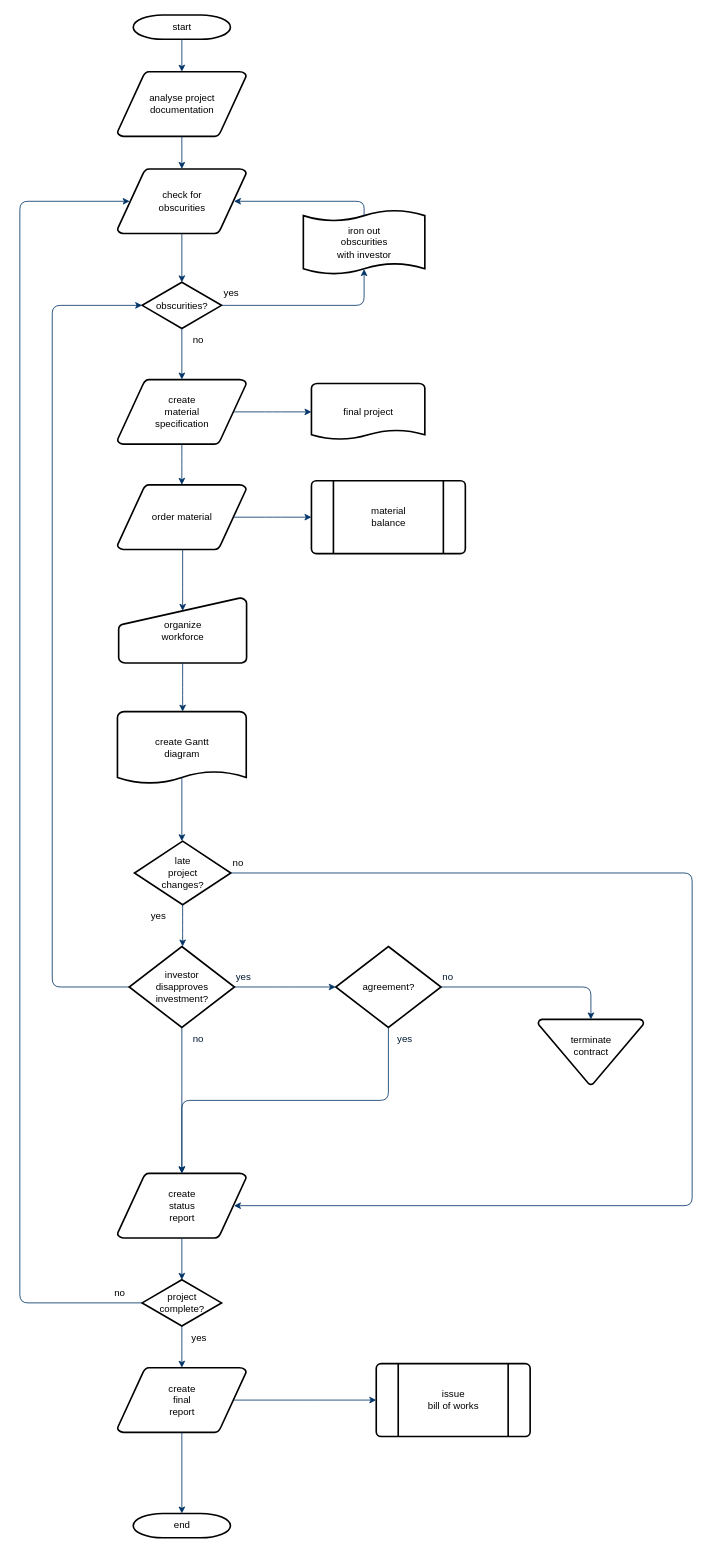
This is Untitled Diagram.drawio from SunshadeCorp/EasyBMS-master, a draw.io file, before an edit. Source tidied: cells renumbered, new cells numbered last; positions are measured from the earlier drawing's top-left corner, leaving out a move shared by most shapes. Both pictures are drawn from the tidied source at 81%, with x=0, y=0 at pixel (19, 15).
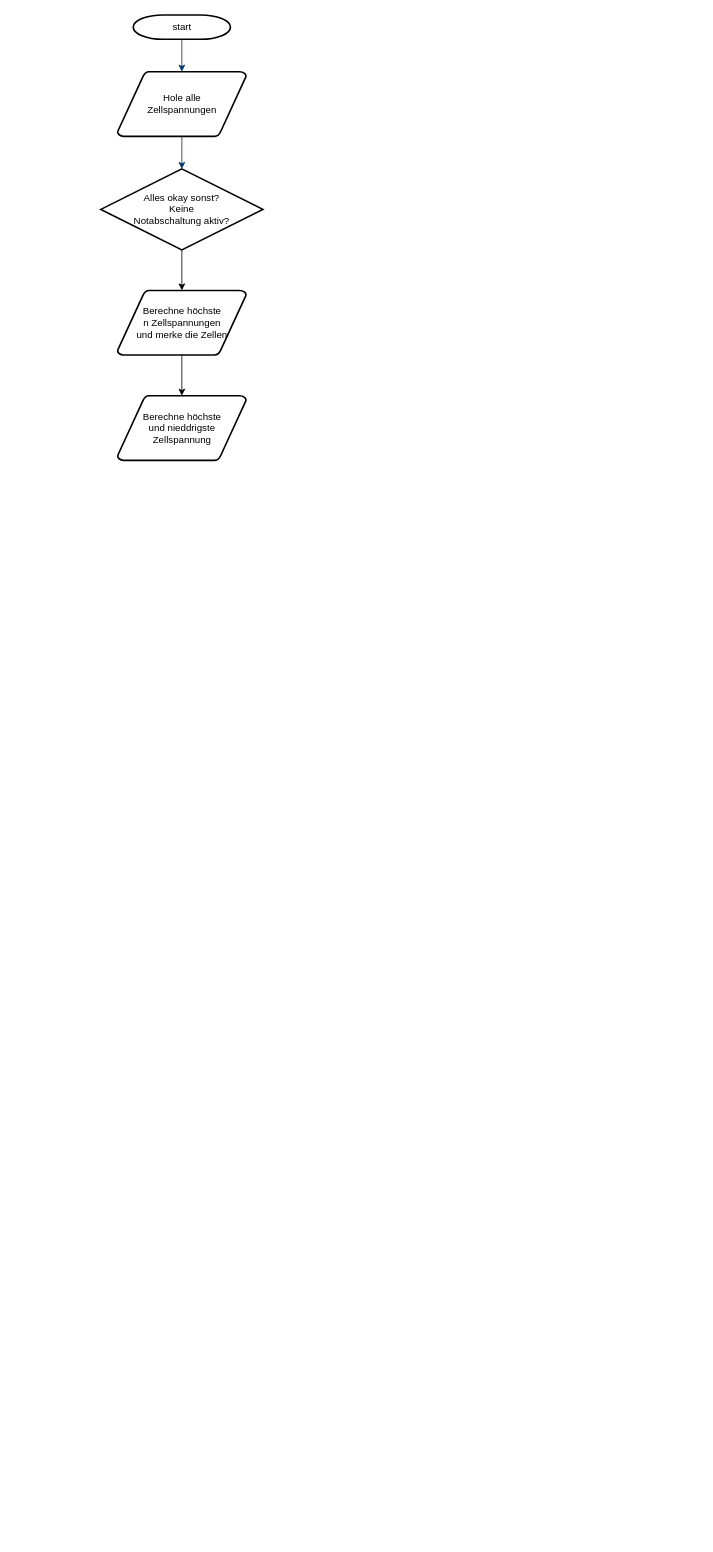
The same page after the edit.

Commit message:
added basic infos

Change to the diagram source:
```diff
@@
-    <mxCell id="3" value="analyse project&#10; documentation" style="shape=mxgraph.flowchart.data;strokeWidth=2;gradientColor=none;gradientDirection=north;fontStyle=0;html=1;" parent="1" vertex="1">
+    <mxCell id="3" value="&lt;div&gt;Hole alle &lt;br&gt;&lt;/div&gt;&lt;div&gt;Zellspannungen&lt;/div&gt;" style="shape=mxgraph.flowchart.data;strokeWidth=2;gradientColor=none;gradientDirection=north;fontStyle=0;html=1;" parent="1" vertex="1">
       <mxGeometry x="120.5" y="70" width="159" height="80" as="geometry" />
     </mxCell>
-    <mxCell id="4" value="create&#10;material&#10;specification" style="shape=mxgraph.flowchart.data;strokeWidth=2;gradientColor=none;gradientDirection=north;fontStyle=0;html=1;" parent="1" vertex="1">
-      <mxGeometry x="120.5" y="450" width="159" height="80" as="geometry" />
-    </mxCell>
-    <mxCell id="5" value="check for&#10;obscurities" style="shape=mxgraph.flowchart.data;strokeWidth=2;gradientColor=none;gradientDirection=north;fontStyle=0;html=1;" parent="1" vertex="1">
-      <mxGeometry x="120.5" y="190" width="159" height="80" as="geometry" />
-    </mxCell>
-    <mxCell id="6" value="obscurities?" style="shape=mxgraph.flowchart.decision;strokeWidth=2;gradientColor=none;gradientDirection=north;fontStyle=0;html=1;" parent="1" vertex="1">
-      <mxGeometry x="151" y="330" width="98" height="57" as="geometry" />
-    </mxCell>
@@
-    <mxCell id="8" style="fontStyle=1;strokeColor=#003366;strokeWidth=1;html=1;" parent="1" edge="1" source="3" target="5">
-      <mxGeometry relative="1" as="geometry" />
+    <mxCell id="8" style="fontStyle=1;strokeColor=#003366;strokeWidth=1;html=1;" parent="1" edge="1" source="3">
+      <mxGeometry relative="1" as="geometry">
+        <mxPoint x="200" y="190" as="targetPoint" />
+      </mxGeometry>
     </mxCell>
-    <mxCell id="9" style="entryX=0.5;entryY=0;entryPerimeter=0;fontStyle=1;strokeColor=#003366;strokeWidth=1;html=1;" parent="1" edge="1" source="5" target="6">
-      <mxGeometry relative="1" as="geometry" />
-    </mxCell>
-    <mxCell id="10" style="edgeStyle=elbowEdgeStyle;elbow=horizontal;entryX=0.5;entryY=0.91;entryPerimeter=0;exitX=1;exitY=0.5;exitPerimeter=0;fontStyle=1;strokeColor=#003366;strokeWidth=1;html=1;" parent="1" edge="1" source="6" target="51">
-      <mxGeometry x="381" y="28.5" as="geometry">
-        <Array as="points">
-          <mxPoint x="425" y="340" />
-        </Array>
-      </mxGeometry>
-    </mxCell>
-    <mxCell id="11" value="yes" style="text;fontStyle=0;html=1;strokeColor=none;gradientColor=none;fillColor=none;strokeWidth=2;" parent="1" vertex="1">
-      <mxGeometry x="250" y="330" width="40" height="26" as="geometry" />
-    </mxCell>
-    <mxCell id="12" style="edgeStyle=elbowEdgeStyle;elbow=horizontal;fontColor=#001933;fontStyle=1;strokeColor=#003366;strokeWidth=1;html=1;" parent="1" edge="1" source="6" target="4">
-      <mxGeometry as="geometry" />
-    </mxCell>
-    <mxCell id="13" value="order material" style="shape=mxgraph.flowchart.data;strokeWidth=2;gradientColor=none;gradientDirection=north;fontStyle=0;html=1;" parent="1" vertex="1">
-      <mxGeometry x="120.5" y="580" width="159" height="80" as="geometry" />
-    </mxCell>
-    <mxCell id="14" value="no" style="text;fontStyle=0;html=1;strokeColor=none;gradientColor=none;fillColor=none;strokeWidth=2;align=center;" parent="1" vertex="1">
-      <mxGeometry x="200" y="387" width="40" height="26" as="geometry" />
-    </mxCell>
-    <mxCell id="15" value="final project" style="shape=mxgraph.flowchart.document;strokeWidth=2;gradientColor=none;gradientDirection=north;fontStyle=0;html=1;" parent="1" vertex="1">
-      <mxGeometry x="360" y="455" width="140" height="70" as="geometry" />
-    </mxCell>
-    <mxCell id="16" style="edgeStyle=elbowEdgeStyle;elbow=horizontal;exitX=0.905;exitY=0.5;exitPerimeter=0;fontStyle=1;strokeColor=#003366;strokeWidth=1;html=1;" parent="1" edge="1" source="4" target="15">
-      <mxGeometry as="geometry" />
-    </mxCell>
-    <mxCell id="17" style="edgeStyle=elbowEdgeStyle;elbow=horizontal;fontStyle=1;strokeColor=#003366;strokeWidth=1;html=1;" parent="1" edge="1" source="4" target="13">
-      <mxGeometry as="geometry" />
-    </mxCell>
-    <mxCell id="18" value="material&#10;balance" style="shape=mxgraph.flowchart.predefined_process;strokeWidth=2;gradientColor=none;gradientDirection=north;fontStyle=0;html=1;" parent="1" vertex="1">
-      <mxGeometry x="360" y="575" width="190" height="90" as="geometry" />
-    </mxCell>
-    <mxCell id="19" style="edgeStyle=elbowEdgeStyle;elbow=horizontal;exitX=0.905;exitY=0.5;exitPerimeter=0;fontStyle=1;strokeColor=#003366;strokeWidth=1;html=1;" parent="1" edge="1" source="13" target="18">
-      <mxGeometry as="geometry" />
-    </mxCell>
-    <mxCell id="20" value="organize &#10;workforce" style="shape=mxgraph.flowchart.manual_input;strokeWidth=2;gradientColor=none;gradientDirection=north;fontStyle=0;html=1;" parent="1" vertex="1">
-      <mxGeometry x="122" y="720" width="158" height="80" as="geometry" />
-    </mxCell>
-    <mxCell id="21" style="edgeStyle=elbowEdgeStyle;elbow=horizontal;entryX=0.5;entryY=0.195;entryPerimeter=0;fontStyle=1;strokeColor=#003366;strokeWidth=1;html=1;" parent="1" edge="1" source="13" target="20">
-      <mxGeometry as="geometry" />
-    </mxCell>
-    <mxCell id="22" value="create Gantt&#10;diagram" style="shape=mxgraph.flowchart.document;strokeWidth=2;gradientColor=none;gradientDirection=north;fontStyle=0;html=1;" parent="1" vertex="1">
-      <mxGeometry x="120.5" y="860" width="159" height="90" as="geometry" />
-    </mxCell>
-    <mxCell id="23" style="edgeStyle=elbowEdgeStyle;elbow=horizontal;exitX=0.5;exitY=1;exitPerimeter=0;fontStyle=1;strokeColor=#003366;strokeWidth=1;html=1;" parent="1" edge="1" source="20" target="22">
-      <mxGeometry as="geometry" />
-    </mxCell>
-    <mxCell id="24" value="late&#10;project&#10;changes?" style="shape=mxgraph.flowchart.decision;strokeWidth=2;gradientColor=none;gradientDirection=north;fontStyle=0;html=1;" parent="1" vertex="1">
-      <mxGeometry x="141.5" y="1020" width="119" height="78.5" as="geometry" />
-    </mxCell>
-    <mxCell id="25" style="edgeStyle=elbowEdgeStyle;elbow=horizontal;exitX=0.5;exitY=0.9;exitPerimeter=0;fontStyle=1;strokeColor=#003366;strokeWidth=1;html=1;" parent="1" edge="1" source="22" target="24">
-      <mxGeometry as="geometry" />
-    </mxCell>
-    <mxCell id="26" style="edgeStyle=elbowEdgeStyle;elbow=horizontal;exitX=0;exitY=0.5;exitPerimeter=0;entryX=0;entryY=0.5;entryPerimeter=0;fontStyle=1;strokeColor=#003366;strokeWidth=1;html=1;" parent="1" edge="1" source="28" target="6">
-      <mxGeometry as="geometry">
-        <Array as="points">
-          <mxPoint x="40" y="790" />
-        </Array>
-      </mxGeometry>
-    </mxCell>
-    <mxCell id="27" value="yes" style="text;fontStyle=0;html=1;strokeColor=none;gradientColor=none;fillColor=none;strokeWidth=2;" parent="1" vertex="1">
-      <mxGeometry x="160" y="1098.5" width="40" height="26" as="geometry" />
-    </mxCell>
-    <mxCell id="28" value="investor&#10;disapproves&#10; investment?" style="shape=mxgraph.flowchart.decision;strokeWidth=2;gradientColor=none;gradientDirection=north;fontStyle=0;html=1;" parent="1" vertex="1">
-      <mxGeometry x="135" y="1150" width="130" height="100" as="geometry" />
-    </mxCell>
-    <mxCell id="29" value="agreement?" style="shape=mxgraph.flowchart.decision;strokeWidth=2;gradientColor=none;gradientDirection=north;fontStyle=0;html=1;" parent="1" vertex="1">
-      <mxGeometry x="390" y="1150" width="130" height="100" as="geometry" />
-    </mxCell>
-    <mxCell id="30" style="edgeStyle=elbowEdgeStyle;elbow=horizontal;exitX=0.5;exitY=1;exitPerimeter=0;fontStyle=1;strokeColor=#003366;strokeWidth=1;html=1;" parent="1" edge="1" source="24" target="28">
-      <mxGeometry as="geometry" />
-    </mxCell>
-    <mxCell id="31" style="edgeStyle=elbowEdgeStyle;elbow=horizontal;exitX=1;exitY=0.5;exitPerimeter=0;entryX=0;entryY=0.5;entryPerimeter=0;fontStyle=1;strokeColor=#003366;strokeWidth=1;html=1;" parent="1" edge="1" source="28" target="29">
-      <mxGeometry as="geometry" />
-    </mxCell>
-    <mxCell id="32" value="terminate&#10;contract&#10;" style="shape=mxgraph.flowchart.merge_or_storage;strokeWidth=2;gradientColor=none;gradientDirection=north;fontStyle=0;html=1;" parent="1" vertex="1">
-      <mxGeometry x="640" y="1240" width="130" height="80.5" as="geometry" />
-    </mxCell>
-    <mxCell id="33" style="edgeStyle=elbowEdgeStyle;elbow=vertical;exitX=1;exitY=0.5;exitPerimeter=0;entryX=0.5;entryY=0;entryPerimeter=0;fontStyle=1;strokeColor=#003366;strokeWidth=1;html=1;" parent="1" edge="1" source="29" target="32">
-      <mxGeometry as="geometry">
-        <Array as="points">
-          <mxPoint x="620" y="1200" />
-        </Array>
-      </mxGeometry>
-    </mxCell>
-    <mxCell id="34" value="create&#10;status&#10;report" style="shape=mxgraph.flowchart.data;strokeWidth=2;gradientColor=none;gradientDirection=north;fontStyle=0;html=1;" parent="1" vertex="1">
-      <mxGeometry x="120.5" y="1430" width="159" height="80" as="geometry" />
-    </mxCell>
-    <mxCell id="35" style="edgeStyle=elbowEdgeStyle;elbow=vertical;exitX=0.5;exitY=1;exitPerimeter=0;fontColor=#001933;fontStyle=1;strokeColor=#003366;strokeWidth=1;html=1;" parent="1" edge="1" source="28" target="34">
-      <mxGeometry as="geometry" />
-    </mxCell>
-    <mxCell id="36" style="edgeStyle=elbowEdgeStyle;elbow=vertical;exitX=0.5;exitY=1;exitPerimeter=0;entryX=0.5;entryY=0;entryPerimeter=0;fontStyle=1;strokeColor=#003366;strokeWidth=1;html=1;" parent="1" edge="1" source="29" target="34">
-      <mxGeometry as="geometry" />
-    </mxCell>
-    <mxCell id="37" value="project&#10;complete?" style="shape=mxgraph.flowchart.decision;strokeWidth=2;gradientColor=none;gradientDirection=north;fontStyle=0;html=1;" parent="1" vertex="1">
-      <mxGeometry x="151" y="1561.5" width="98" height="57" as="geometry" />
-    </mxCell>
-    <mxCell id="38" value="create&#10;final&#10;report" style="shape=mxgraph.flowchart.data;strokeWidth=2;gradientColor=none;gradientDirection=north;fontStyle=0;html=1;" parent="1" vertex="1">
-      <mxGeometry x="120.5" y="1670" width="159" height="80" as="geometry" />
-    </mxCell>
-    <mxCell id="39" value="issue&#10;bill of works" style="shape=mxgraph.flowchart.predefined_process;strokeWidth=2;gradientColor=none;gradientDirection=north;fontStyle=0;html=1;" parent="1" vertex="1">
-      <mxGeometry x="440" y="1665" width="190" height="90" as="geometry" />
-    </mxCell>
-    <mxCell id="40" value="end" style="shape=mxgraph.flowchart.terminator;strokeWidth=2;gradientColor=none;gradientDirection=north;fontStyle=0;html=1;" parent="1" vertex="1">
-      <mxGeometry x="140" y="1850" width="120" height="30" as="geometry" />
-    </mxCell>
-    <mxCell id="41" style="edgeStyle=elbowEdgeStyle;elbow=vertical;exitX=0.5;exitY=1;exitPerimeter=0;entryX=0.5;entryY=0;entryPerimeter=0;fontStyle=1;strokeColor=#003366;strokeWidth=1;html=1;" parent="1" edge="1" source="34" target="37">
-      <mxGeometry as="geometry" />
-    </mxCell>
-    <mxCell id="42" style="edgeStyle=elbowEdgeStyle;elbow=vertical;exitX=0.5;exitY=1;exitPerimeter=0;entryX=0.5;entryY=0;entryPerimeter=0;fontStyle=1;strokeColor=#003366;strokeWidth=1;html=1;" parent="1" edge="1" source="37" target="38">
-      <mxGeometry as="geometry" />
-    </mxCell>
-    <mxCell id="43" style="edgeStyle=elbowEdgeStyle;elbow=vertical;exitX=0.5;exitY=1;exitPerimeter=0;entryX=0.5;entryY=0;entryPerimeter=0;fontStyle=1;strokeColor=#003366;strokeWidth=1;html=1;" parent="1" edge="1" source="38" target="40">
-      <mxGeometry as="geometry" />
-    </mxCell>
-    <mxCell id="44" style="edgeStyle=elbowEdgeStyle;elbow=vertical;exitX=0.905;exitY=0.5;exitPerimeter=0;entryX=0;entryY=0.5;entryPerimeter=0;fontStyle=1;strokeColor=#003366;strokeWidth=1;html=1;" parent="1" edge="1" source="38" target="39">
-      <mxGeometry as="geometry" />
-    </mxCell>
-    <mxCell id="45" style="edgeStyle=elbowEdgeStyle;elbow=horizontal;exitX=1;exitY=0.5;exitPerimeter=0;entryX=0.905;entryY=0.5;entryPerimeter=0;fontStyle=1;strokeColor=#003366;strokeWidth=1;html=1;" parent="1" edge="1" source="24" target="34">
-      <mxGeometry as="geometry">
-        <Array as="points">
-          <mxPoint x="830" y="1260" />
-        </Array>
-      </mxGeometry>
-    </mxCell>
-    <mxCell id="46" value="no" style="text;fontStyle=0;html=1;strokeColor=none;gradientColor=none;fillColor=none;strokeWidth=2;" parent="1" vertex="1">
-      <mxGeometry x="260.5" y="1033.2" width="40" height="26" as="geometry" />
-    </mxCell>
-    <mxCell id="47" value="yes" style="text;fontColor=#001933;fontStyle=0;html=1;strokeColor=none;gradientColor=none;fillColor=none;strokeWidth=2;" parent="1" vertex="1">
-      <mxGeometry x="265" y="1174" width="40" height="26" as="geometry" />
-    </mxCell>
-    <mxCell id="48" value="no" style="text;fontColor=#001933;fontStyle=0;html=1;strokeColor=none;gradientColor=none;fillColor=none;strokeWidth=2;align=center;" parent="1" vertex="1">
-      <mxGeometry x="200" y="1250" width="40" height="26" as="geometry" />
-    </mxCell>
-    <mxCell id="49" value="yes" style="text;fontColor=#001933;fontStyle=0;html=1;strokeColor=none;gradientColor=none;fillColor=none;strokeWidth=2;align=center;" parent="1" vertex="1">
-      <mxGeometry x="455" y="1250" width="40" height="26" as="geometry" />
-    </mxCell>
-    <mxCell id="50" value="no" style="text;fontColor=#001933;fontStyle=0;html=1;strokeColor=none;gradientColor=none;fillColor=none;strokeWidth=2;" parent="1" vertex="1">
-      <mxGeometry x="520" y="1174" width="40" height="26" as="geometry" />
-    </mxCell>
-    <mxCell id="51" value="iron out&#10;obscurities &#10;with investor" style="shape=mxgraph.flowchart.paper_tape;strokeWidth=2;gradientColor=none;gradientDirection=north;fontStyle=0;html=1;" parent="1" vertex="1">
-      <mxGeometry x="350" y="240" width="150" height="81" as="geometry" />
-    </mxCell>
-    <mxCell id="52" style="edgeStyle=elbowEdgeStyle;elbow=horizontal;exitX=0.5;exitY=0.09;exitPerimeter=0;entryX=0.905;entryY=0.5;entryPerimeter=0;fontStyle=1;strokeColor=#003366;strokeWidth=1;html=1;" parent="1" edge="1" source="51" target="5">
-      <mxGeometry as="geometry">
-        <Array as="points">
-          <mxPoint x="425" y="240" />
-        </Array>
-      </mxGeometry>
-    </mxCell>
-    <mxCell id="53" value="yes" style="text;fontStyle=0;html=1;strokeColor=none;gradientColor=none;fillColor=none;strokeWidth=2;align=center;" parent="1" vertex="1">
-      <mxGeometry x="201" y="1620" width="40" height="26" as="geometry" />
-    </mxCell>
-    <mxCell id="54" style="edgeStyle=elbowEdgeStyle;elbow=horizontal;exitX=0;exitY=0.5;exitPerimeter=0;entryX=0.095;entryY=0.5;entryPerimeter=0;fontStyle=1;strokeColor=#003366;strokeWidth=1;html=1;" parent="1" edge="1" source="37" target="5">
-      <mxGeometry as="geometry">
-        <Array as="points">
-          <mxPoint y="910" />
-        </Array>
-      </mxGeometry>
-    </mxCell>
-    <mxCell id="55" value="no" style="text;fontStyle=0;html=1;strokeColor=none;gradientColor=none;fillColor=none;strokeWidth=2;" parent="1" vertex="1">
-      <mxGeometry x="115" y="1564" width="40" height="26" as="geometry" />
-    </mxCell>
+    <mxCell id="56" style="edgeStyle=orthogonalEdgeStyle;rounded=0;jettySize=auto;html=1;" parent="1" edge="1" source="57" target="59">
+      <mxGeometry relative="1" as="geometry" />
+    </mxCell>
+    <mxCell id="57" value="Alles okay sonst?&lt;br&gt;&lt;div&gt;Keine &lt;br&gt;&lt;/div&gt;&lt;div&gt;Notabschaltung aktiv?&lt;/div&gt;" style="strokeWidth=2;html=1;shape=mxgraph.flowchart.decision;whiteSpace=wrap;" parent="1" vertex="1">
+      <mxGeometry x="100" y="190" width="200" height="100" as="geometry" />
+    </mxCell>
+    <mxCell id="58" style="edgeStyle=orthogonalEdgeStyle;rounded=0;jettySize=auto;html=1;" parent="1" edge="1" source="59" target="60">
+      <mxGeometry relative="1" as="geometry" />
+    </mxCell>
+    <mxCell id="59" value="&lt;div&gt;Berechne höchste&lt;/div&gt;&lt;div&gt; n Zellspannungen&lt;/div&gt;&lt;div&gt;und merke die Zellen&lt;br&gt;&lt;/div&gt;" style="shape=mxgraph.flowchart.data;strokeWidth=2;gradientColor=none;gradientDirection=north;fontStyle=0;html=1;" parent="1" vertex="1">
+      <mxGeometry x="120.5" y="340" width="159" height="80" as="geometry" />
+    </mxCell>
+    <mxCell id="60" value="&lt;div&gt;Berechne höchste&lt;/div&gt;&lt;div&gt;und nieddrigste&lt;/div&gt;&lt;div&gt; Zellspannung&lt;/div&gt;" style="shape=mxgraph.flowchart.data;strokeWidth=2;gradientColor=none;gradientDirection=north;fontStyle=0;html=1;" parent="1" vertex="1">
+      <mxGeometry x="120.5" y="470" width="159" height="80" as="geometry" />
+    </mxCell>
```
